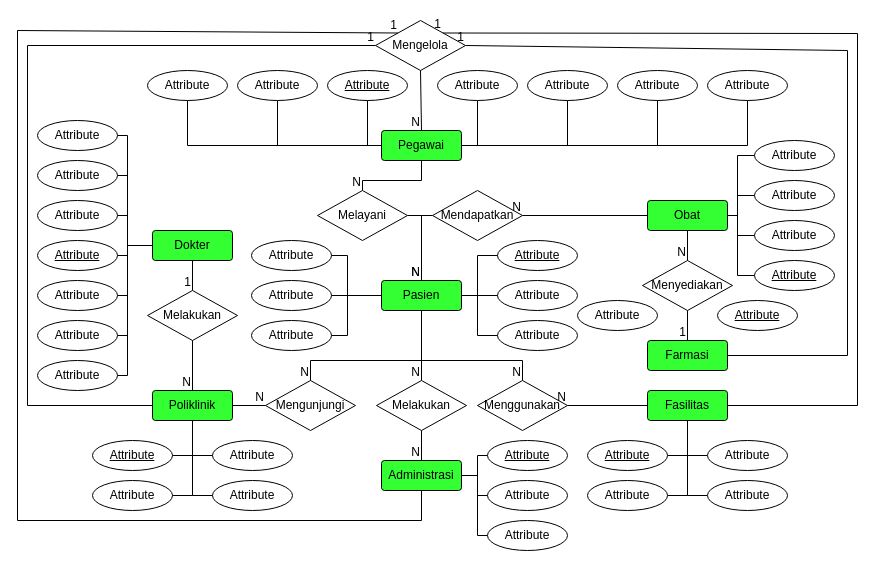
This is rumahSakit.drawio from yogadwipayana/ERD, a draw.io file, before an edit. Source tidied: cells renumbered, new cells numbered last; positions are measured from the earlier drawing's top-left corner, leaving out a move shared by most shapes. Both pictures are drawn from the tidied source at 100%, with x=0, y=0 at pixel (17, 20).
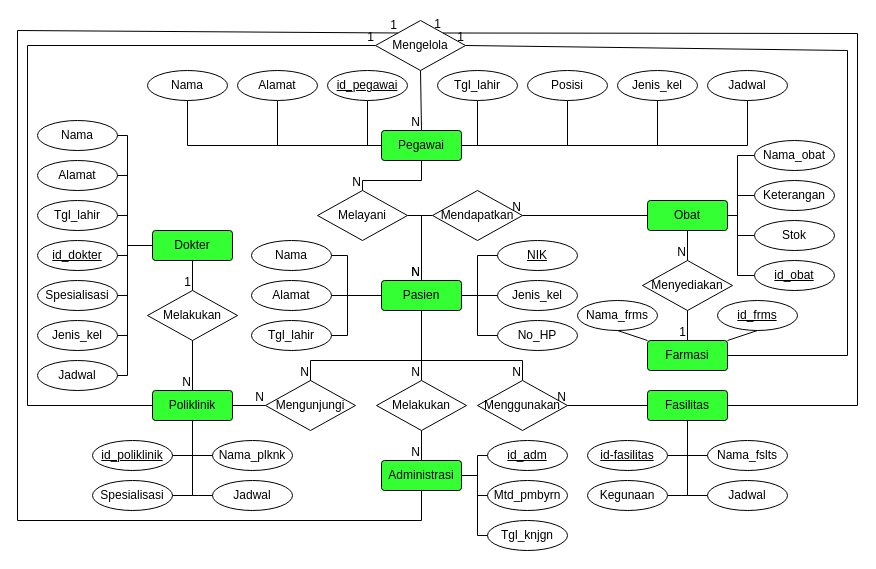
After the change.

Commit message:
final nama atr

The change refers to these unchanged cells:
```xml
<mxCell id="6" value="Farmasi" style="rounded=1;arcSize=10;whiteSpace=wrap;html=1;align=center;fillColor=#33FF33;" parent="1" vertex="1">
  <mxGeometry x="630" y="320" width="80" height="30" as="geometry" />
</mxCell>
```

Change to the diagram source:
```diff
@@
-    <mxCell id="10" value="Attribute" style="ellipse;whiteSpace=wrap;html=1;align=center;fontStyle=4;" parent="1" vertex="1">
+    <mxCell id="10" value="NIK" style="ellipse;whiteSpace=wrap;html=1;align=center;fontStyle=4;" parent="1" vertex="1">
       <mxGeometry x="480" y="220" width="80" height="30" as="geometry" />
     </mxCell>
-    <mxCell id="11" value="Attribute" style="ellipse;whiteSpace=wrap;html=1;align=center;" parent="1" vertex="1">
+    <mxCell id="11" value="Alamat" style="ellipse;whiteSpace=wrap;html=1;align=center;" parent="1" vertex="1">
       <mxGeometry x="234" y="260" width="80" height="30" as="geometry" />
     </mxCell>
-    <mxCell id="12" value="Attribute" style="ellipse;whiteSpace=wrap;html=1;align=center;" parent="1" vertex="1">
+    <mxCell id="12" value="Nama" style="ellipse;whiteSpace=wrap;html=1;align=center;" parent="1" vertex="1">
       <mxGeometry x="234" y="220" width="80" height="30" as="geometry" />
     </mxCell>
-    <mxCell id="13" value="Attribute" style="ellipse;whiteSpace=wrap;html=1;align=center;" parent="1" vertex="1">
+    <mxCell id="13" value="Tgl_lahir" style="ellipse;whiteSpace=wrap;html=1;align=center;" parent="1" vertex="1">
       <mxGeometry x="234" y="300" width="80" height="30" as="geometry" />
     </mxCell>
-    <mxCell id="14" value="Attribute" style="ellipse;whiteSpace=wrap;html=1;align=center;" parent="1" vertex="1">
+    <mxCell id="14" value="No_HP" style="ellipse;whiteSpace=wrap;html=1;align=center;" parent="1" vertex="1">
       <mxGeometry x="480" y="300" width="80" height="30" as="geometry" />
     </mxCell>
@@
-    <mxCell id="20" value="Attribute" style="ellipse;whiteSpace=wrap;html=1;align=center;fontStyle=4;" parent="1" vertex="1">
+    <mxCell id="20" value="id_adm" style="ellipse;whiteSpace=wrap;html=1;align=center;fontStyle=4;" parent="1" vertex="1">
       <mxGeometry x="470" y="420" width="80" height="30" as="geometry" />
     </mxCell>
-    <mxCell id="21" value="Attribute" style="ellipse;whiteSpace=wrap;html=1;align=center;" parent="1" vertex="1">
+    <mxCell id="21" value="Mtd_pmbyrn" style="ellipse;whiteSpace=wrap;html=1;align=center;" parent="1" vertex="1">
       <mxGeometry x="470" y="460" width="80" height="30" as="geometry" />
     </mxCell>
-    <mxCell id="22" value="Attribute" style="ellipse;whiteSpace=wrap;html=1;align=center;" parent="1" vertex="1">
+    <mxCell id="22" value="Tgl_knjgn" style="ellipse;whiteSpace=wrap;html=1;align=center;" parent="1" vertex="1">
       <mxGeometry x="470" y="500" width="80" height="30" as="geometry" />
     </mxCell>
@@
-    <mxCell id="65" value="Attribute" style="ellipse;whiteSpace=wrap;html=1;align=center;fontStyle=4;" parent="1" vertex="1">
+    <mxCell id="65" value="id_frms" style="ellipse;whiteSpace=wrap;html=1;align=center;fontStyle=4;" parent="1" vertex="1">
       <mxGeometry x="700" y="280" width="80" height="30" as="geometry" />
     </mxCell>
-    <mxCell id="66" value="Attribute" style="ellipse;whiteSpace=wrap;html=1;align=center;" parent="1" vertex="1">
+    <mxCell id="66" value="Nama_frms" style="ellipse;whiteSpace=wrap;html=1;align=center;" parent="1" vertex="1">
       <mxGeometry x="560" y="280" width="80" height="30" as="geometry" />
     </mxCell>
-    <mxCell id="67" value="Attribute" style="ellipse;whiteSpace=wrap;html=1;align=center;fontStyle=4;" parent="1" vertex="1">
+    <mxCell id="67" value="id_dokter" style="ellipse;whiteSpace=wrap;html=1;align=center;fontStyle=4;" parent="1" vertex="1">
       <mxGeometry x="20" y="220" width="80" height="30" as="geometry" />
     </mxCell>
-    <mxCell id="68" value="Attribute" style="ellipse;whiteSpace=wrap;html=1;align=center;" parent="1" vertex="1">
+    <mxCell id="68" value="Tgl_lahir" style="ellipse;whiteSpace=wrap;html=1;align=center;" parent="1" vertex="1">
       <mxGeometry x="20" y="180" width="80" height="30" as="geometry" />
     </mxCell>
-    <mxCell id="69" value="Attribute" style="ellipse;whiteSpace=wrap;html=1;align=center;" parent="1" vertex="1">
+    <mxCell id="69" value="Jenis_kel" style="ellipse;whiteSpace=wrap;html=1;align=center;" parent="1" vertex="1">
       <mxGeometry x="20" y="300" width="80" height="30" as="geometry" />
     </mxCell>
-    <mxCell id="70" value="Attribute" style="ellipse;whiteSpace=wrap;html=1;align=center;" parent="1" vertex="1">
+    <mxCell id="70" value="Jenis_kel" style="ellipse;whiteSpace=wrap;html=1;align=center;" parent="1" vertex="1">
       <mxGeometry x="480" y="260" width="80" height="30" as="geometry" />
     </mxCell>
-    <mxCell id="71" value="Attribute" style="ellipse;whiteSpace=wrap;html=1;align=center;" parent="1" vertex="1">
+    <mxCell id="71" value="Alamat" style="ellipse;whiteSpace=wrap;html=1;align=center;" parent="1" vertex="1">
       <mxGeometry x="20" y="140" width="80" height="30" as="geometry" />
     </mxCell>
-    <mxCell id="72" value="Attribute" style="ellipse;whiteSpace=wrap;html=1;align=center;" parent="1" vertex="1">
+    <mxCell id="72" value="Jadwal" style="ellipse;whiteSpace=wrap;html=1;align=center;" parent="1" vertex="1">
       <mxGeometry x="20" y="340" width="80" height="30" as="geometry" />
     </mxCell>
-    <mxCell id="73" value="Attribute" style="ellipse;whiteSpace=wrap;html=1;align=center;" parent="1" vertex="1">
+    <mxCell id="73" value="Nama" style="ellipse;whiteSpace=wrap;html=1;align=center;" parent="1" vertex="1">
       <mxGeometry x="20" y="100" width="80" height="30" as="geometry" />
     </mxCell>
-    <mxCell id="74" value="Attribute" style="ellipse;whiteSpace=wrap;html=1;align=center;" parent="1" vertex="1">
+    <mxCell id="74" value="Spesialisasi" style="ellipse;whiteSpace=wrap;html=1;align=center;" parent="1" vertex="1">
       <mxGeometry x="20" y="260" width="80" height="30" as="geometry" />
     </mxCell>
-    <mxCell id="75" value="Attribute" style="ellipse;whiteSpace=wrap;html=1;align=center;fontStyle=4;" parent="1" vertex="1">
+    <mxCell id="75" value="id_pegawai" style="ellipse;whiteSpace=wrap;html=1;align=center;fontStyle=4;" parent="1" vertex="1">
       <mxGeometry x="310" y="50" width="80" height="30" as="geometry" />
     </mxCell>
-    <mxCell id="76" value="Attribute" style="ellipse;whiteSpace=wrap;html=1;align=center;" parent="1" vertex="1">
+    <mxCell id="76" value="Alamat" style="ellipse;whiteSpace=wrap;html=1;align=center;" parent="1" vertex="1">
       <mxGeometry x="220" y="50" width="80" height="30" as="geometry" />
     </mxCell>
-    <mxCell id="77" value="Attribute" style="ellipse;whiteSpace=wrap;html=1;align=center;" parent="1" vertex="1">
+    <mxCell id="77" value="Tgl_lahir" style="ellipse;whiteSpace=wrap;html=1;align=center;" parent="1" vertex="1">
       <mxGeometry x="420" y="50" width="80" height="30" as="geometry" />
     </mxCell>
-    <mxCell id="78" value="Attribute" style="ellipse;whiteSpace=wrap;html=1;align=center;" parent="1" vertex="1">
+    <mxCell id="78" value="Jenis_kel" style="ellipse;whiteSpace=wrap;html=1;align=center;" parent="1" vertex="1">
       <mxGeometry x="600" y="50" width="80" height="30" as="geometry" />
     </mxCell>
-    <mxCell id="79" value="Attribute" style="ellipse;whiteSpace=wrap;html=1;align=center;" parent="1" vertex="1">
+    <mxCell id="79" value="Jadwal" style="ellipse;whiteSpace=wrap;html=1;align=center;" parent="1" vertex="1">
       <mxGeometry x="690" y="50" width="80" height="30" as="geometry" />
     </mxCell>
-    <mxCell id="80" value="Attribute" style="ellipse;whiteSpace=wrap;html=1;align=center;" parent="1" vertex="1">
+    <mxCell id="80" value="Posisi" style="ellipse;whiteSpace=wrap;html=1;align=center;" parent="1" vertex="1">
       <mxGeometry x="510" y="50" width="80" height="30" as="geometry" />
     </mxCell>
-    <mxCell id="81" value="Attribute" style="ellipse;whiteSpace=wrap;html=1;align=center;" parent="1" vertex="1">
+    <mxCell id="81" value="Nama" style="ellipse;whiteSpace=wrap;html=1;align=center;" parent="1" vertex="1">
       <mxGeometry x="130" y="50" width="80" height="30" as="geometry" />
     </mxCell>
-    <mxCell id="82" value="Attribute" style="ellipse;whiteSpace=wrap;html=1;align=center;fontStyle=4;" parent="1" vertex="1">
+    <mxCell id="82" value="id_obat" style="ellipse;whiteSpace=wrap;html=1;align=center;fontStyle=4;" parent="1" vertex="1">
       <mxGeometry x="737" y="240" width="80" height="30" as="geometry" />
     </mxCell>
-    <mxCell id="83" value="Attribute" style="ellipse;whiteSpace=wrap;html=1;align=center;" parent="1" vertex="1">
+    <mxCell id="83" value="Stok" style="ellipse;whiteSpace=wrap;html=1;align=center;" parent="1" vertex="1">
       <mxGeometry x="737" y="200" width="80" height="30" as="geometry" />
     </mxCell>
-    <mxCell id="84" value="Attribute" style="ellipse;whiteSpace=wrap;html=1;align=center;" parent="1" vertex="1">
+    <mxCell id="84" value="Keterangan" style="ellipse;whiteSpace=wrap;html=1;align=center;" parent="1" vertex="1">
       <mxGeometry x="737" y="160" width="80" height="30" as="geometry" />
     </mxCell>
-    <mxCell id="85" value="Attribute" style="ellipse;whiteSpace=wrap;html=1;align=center;" parent="1" vertex="1">
+    <mxCell id="85" value="Nama_obat" style="ellipse;whiteSpace=wrap;html=1;align=center;" parent="1" vertex="1">
       <mxGeometry x="737" y="120" width="80" height="30" as="geometry" />
     </mxCell>
-    <mxCell id="86" value="Attribute" style="ellipse;whiteSpace=wrap;html=1;align=center;fontStyle=4;" parent="1" vertex="1">
+    <mxCell id="86" value="id_poliklinik" style="ellipse;whiteSpace=wrap;html=1;align=center;fontStyle=4;" parent="1" vertex="1">
       <mxGeometry x="75" y="420" width="80" height="30" as="geometry" />
     </mxCell>
-    <mxCell id="87" value="Attribute" style="ellipse;whiteSpace=wrap;html=1;align=center;" parent="1" vertex="1">
+    <mxCell id="87" value="Nama_plknk" style="ellipse;whiteSpace=wrap;html=1;align=center;" parent="1" vertex="1">
       <mxGeometry x="195" y="420" width="80" height="30" as="geometry" />
     </mxCell>
-    <mxCell id="88" value="Attribute" style="ellipse;whiteSpace=wrap;html=1;align=center;" parent="1" vertex="1">
+    <mxCell id="88" value="Jadwal" style="ellipse;whiteSpace=wrap;html=1;align=center;" parent="1" vertex="1">
       <mxGeometry x="195" y="460" width="80" height="30" as="geometry" />
     </mxCell>
-    <mxCell id="89" value="Attribute" style="ellipse;whiteSpace=wrap;html=1;align=center;" parent="1" vertex="1">
+    <mxCell id="89" value="Spesialisasi" style="ellipse;whiteSpace=wrap;html=1;align=center;" parent="1" vertex="1">
       <mxGeometry x="75" y="460" width="80" height="30" as="geometry" />
     </mxCell>
@@
-    <mxCell id="100" value="Attribute" style="ellipse;whiteSpace=wrap;html=1;align=center;fontStyle=4;" parent="1" vertex="1">
+    <mxCell id="100" value="id-fasilitas" style="ellipse;whiteSpace=wrap;html=1;align=center;fontStyle=4;" parent="1" vertex="1">
       <mxGeometry x="570" y="420" width="80" height="30" as="geometry" />
     </mxCell>
-    <mxCell id="101" value="Attribute" style="ellipse;whiteSpace=wrap;html=1;align=center;" parent="1" vertex="1">
+    <mxCell id="101" value="Nama_fslts" style="ellipse;whiteSpace=wrap;html=1;align=center;" parent="1" vertex="1">
       <mxGeometry x="690" y="420" width="80" height="30" as="geometry" />
     </mxCell>
-    <mxCell id="102" value="Attribute" style="ellipse;whiteSpace=wrap;html=1;align=center;" parent="1" vertex="1">
+    <mxCell id="102" value="Jadwal" style="ellipse;whiteSpace=wrap;html=1;align=center;" parent="1" vertex="1">
       <mxGeometry x="690" y="460" width="80" height="30" as="geometry" />
     </mxCell>
-    <mxCell id="103" value="Attribute" style="ellipse;whiteSpace=wrap;html=1;align=center;" parent="1" vertex="1">
+    <mxCell id="103" value="Kegunaan" style="ellipse;whiteSpace=wrap;html=1;align=center;" parent="1" vertex="1">
       <mxGeometry x="570" y="460" width="80" height="30" as="geometry" />
     </mxCell>
@@
+    <mxCell id="128" style="endArrow=none;html=1;rounded=0;exitX=0.5;exitY=1;exitDx=0;exitDy=0;entryX=0;entryY=0;entryDx=0;entryDy=0;" parent="1" edge="1" source="66" target="6">
+      <mxGeometry relative="1" as="geometry" />
+    </mxCell>
+    <mxCell id="129" style="endArrow=none;html=1;rounded=0;exitX=0.5;exitY=1;exitDx=0;exitDy=0;entryX=1;entryY=0;entryDx=0;entryDy=0;" parent="1" edge="1" source="65" target="6">
+      <mxGeometry relative="1" as="geometry" />
+    </mxCell>
```
